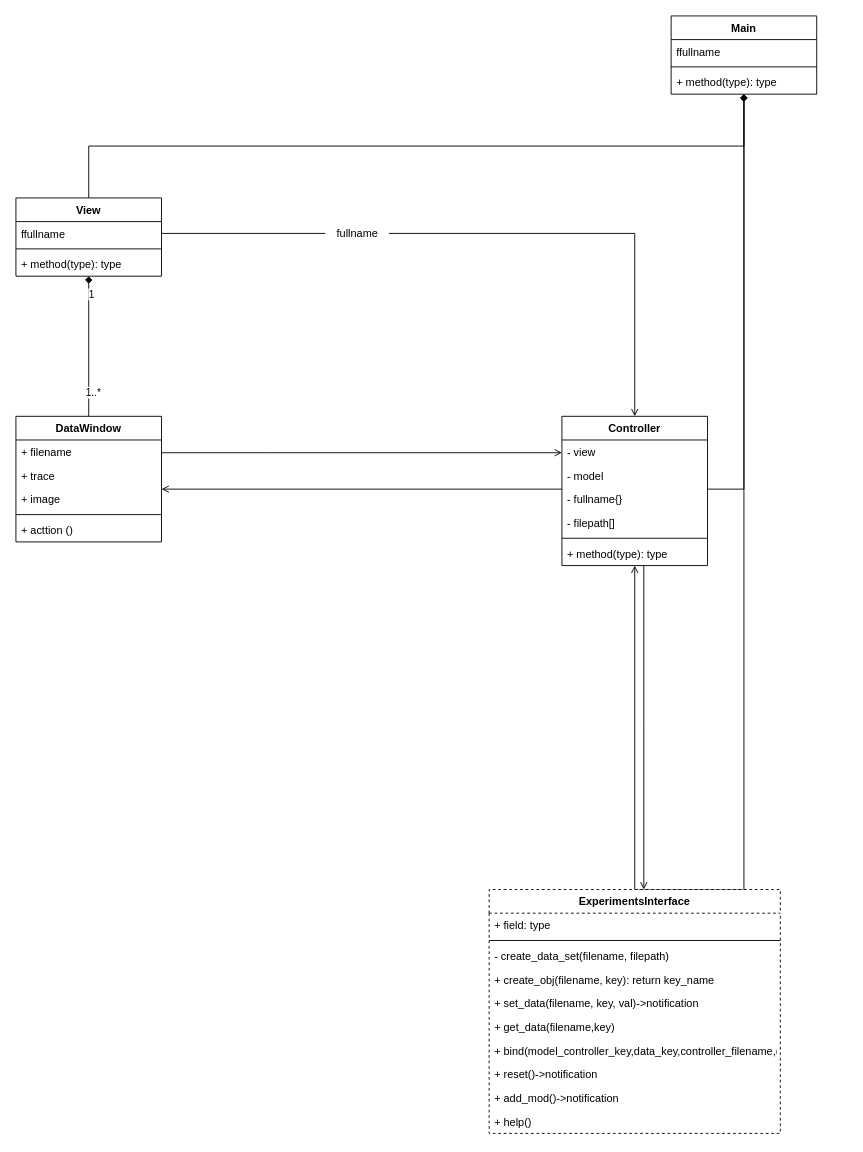
Before: page "view_controller" (2 of 3) of UML_SCANDATA.drawio in lunelukkio/SCANDATA, a draw.io diagram. Source tidied: cells renumbered, new cells numbered last; positions are measured from the earlier drawing's top-left corner, leaving out a move shared by most shapes. Both pictures are drawn from the tidied source at 91%, with x=0, y=0 at pixel (15, 15).
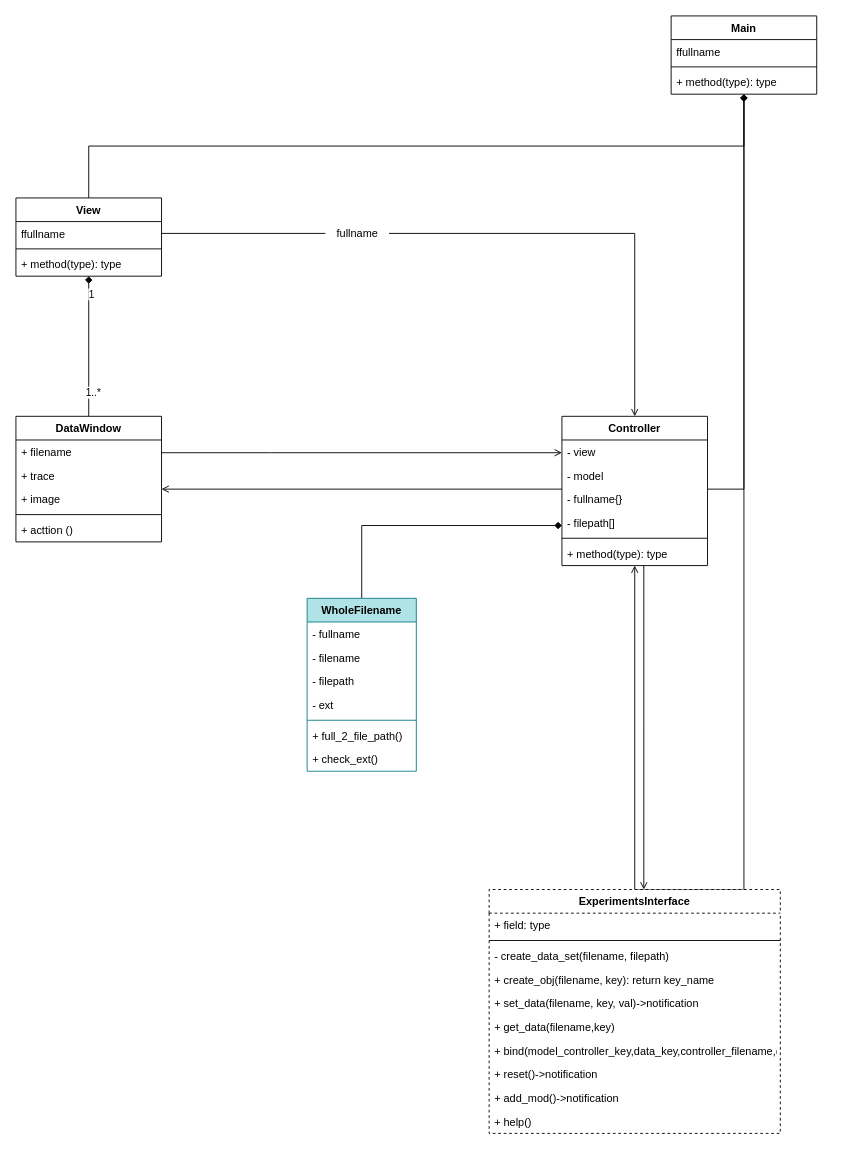
After the change.

The change refers to these unchanged cells:
```xml
<mxCell id="11" value="Controller" style="swimlane;fontStyle=1;align=center;verticalAlign=top;horizontal=1;startSize=26;" parent="1" vertex="1">
  <mxGeometry x="600" y="440" width="160" height="164" as="geometry" />
</mxCell>
```

Change to the diagram source:
```diff
@@
+    <mxCell id="47" style="edgeStyle=orthogonalEdgeStyle;rounded=0;jettySize=auto;html=1;exitX=0.5;exitY=0;exitDx=0;exitDy=0;endArrow=diamond;endFill=1;" parent="1" edge="1" source="48" target="11">
+      <mxGeometry relative="1" as="geometry">
+        <Array as="points">
+          <mxPoint x="380" y="560" />
+        </Array>
+      </mxGeometry>
+    </mxCell>
+    <mxCell id="48" value="WholeFilename" style="swimlane;fontStyle=1;align=center;verticalAlign=top;horizontal=1;startSize=26;fillColor=#b0e3e6;strokeColor=#0e8088;" parent="1" vertex="1">
+      <mxGeometry x="320" y="640" width="120" height="190" as="geometry" />
+    </mxCell>
+    <mxCell id="49" value="- fullname" style="text;strokeColor=none;fillColor=none;align=left;verticalAlign=top;spacingLeft=4;spacingRight=4;overflow=hidden;" parent="48" vertex="1">
+      <mxGeometry y="26" width="120" height="26" as="geometry" />
+    </mxCell>
+    <mxCell id="50" value="- filename" style="text;strokeColor=none;fillColor=none;align=left;verticalAlign=top;spacingLeft=4;spacingRight=4;overflow=hidden;" parent="48" vertex="1">
+      <mxGeometry y="52" width="120" height="26" as="geometry" />
+    </mxCell>
+    <mxCell id="51" value="- filepath" style="text;strokeColor=none;fillColor=none;align=left;verticalAlign=top;spacingLeft=4;spacingRight=4;overflow=hidden;" parent="48" vertex="1">
+      <mxGeometry y="78" width="120" height="26" as="geometry" />
+    </mxCell>
+    <mxCell id="52" value="- ext" style="text;strokeColor=none;fillColor=none;align=left;verticalAlign=top;spacingLeft=4;spacingRight=4;overflow=hidden;" parent="48" vertex="1">
+      <mxGeometry y="104" width="120" height="26" as="geometry" />
+    </mxCell>
+    <mxCell id="53" style="line;strokeWidth=1;fillColor=none;align=left;verticalAlign=middle;spacingTop=-1;spacingLeft=3;spacingRight=3;labelPosition=right;strokeColor=inherit;" parent="48" vertex="1">
+      <mxGeometry y="130" width="120" height="8" as="geometry" />
+    </mxCell>
+    <mxCell id="54" value="+ full_2_file_path()" style="text;strokeColor=none;fillColor=none;align=left;verticalAlign=top;spacingLeft=4;spacingRight=4;overflow=hidden;" parent="48" vertex="1">
+      <mxGeometry y="138" width="120" height="26" as="geometry" />
+    </mxCell>
+    <mxCell id="55" value="+ check_ext()" style="text;strokeColor=none;fillColor=none;align=left;verticalAlign=top;spacingLeft=4;spacingRight=4;overflow=hidden;" parent="48" vertex="1">
+      <mxGeometry y="164" width="120" height="26" as="geometry" />
+    </mxCell>
```
